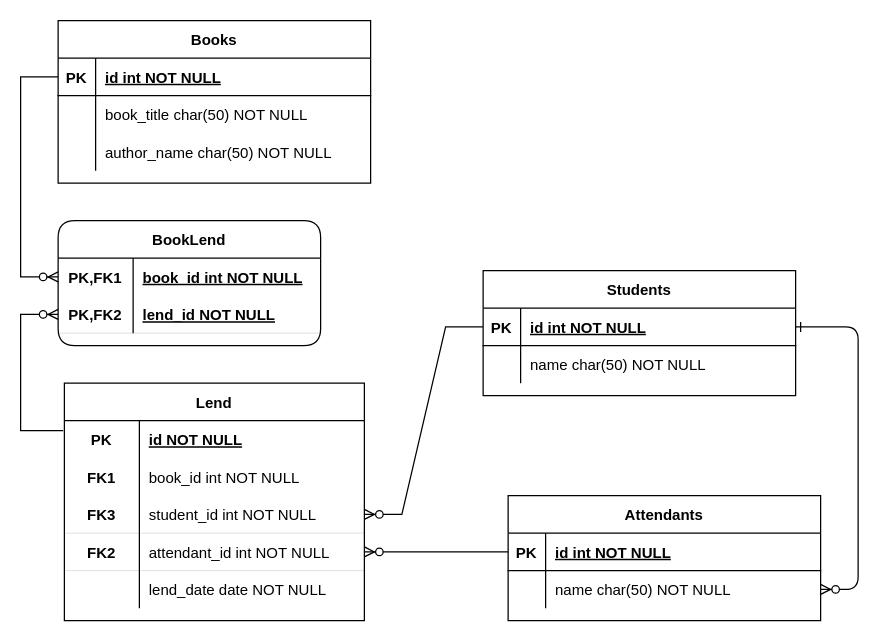
Before: erd/Book Lending Diagram.drawio in jhumer-apus/ERD, a draw.io diagram. Source tidied: cells renumbered, new cells numbered last; positions are measured from the earlier drawing's top-left corner, leaving out a move shared by most shapes. Both pictures are drawn from the tidied source at 125%, with x=0, y=0 at pixel (20, 20).
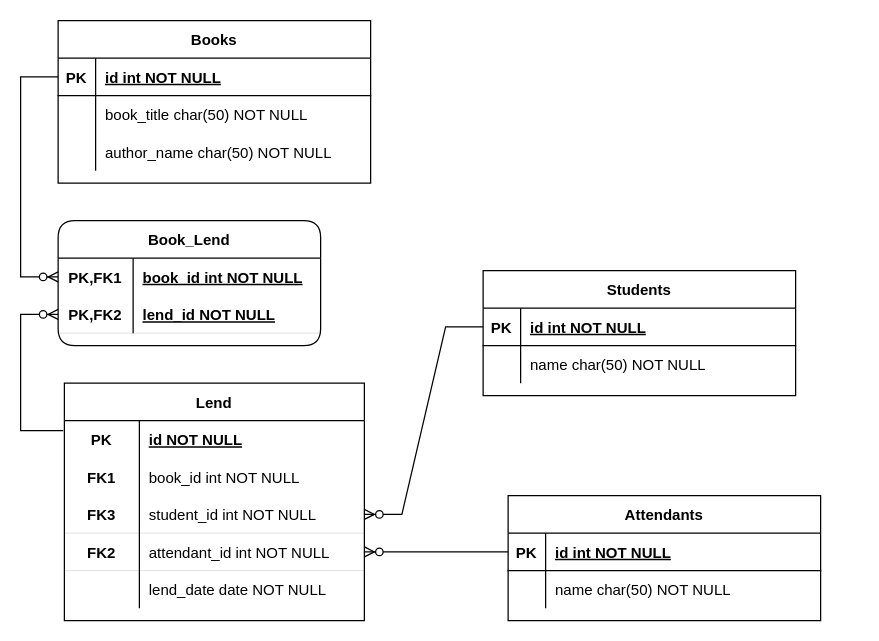
Above is the later version.

Unchanged cells that the change refers to:
```xml
<mxCell id="4" style="shape=partialRectangle;fillColor=none;points=[[0,0.5],[1,0.5]];portConstraint=eastwest;top=0;left=0;right=0;bottom=1;" parent="3" vertex="1">
  <mxGeometry y="30" width="250" height="30" as="geometry" />
</mxCell>
<mxCell id="14" style="shape=partialRectangle;fillColor=none;points=[[0,0.5],[1,0.5]];portConstraint=eastwest;top=0;left=0;right=0;bottom=0;" parent="10" vertex="1">
  <mxGeometry y="60" width="250" height="30" as="geometry" />
</mxCell>
```

Diff of the diagram source:
```diff
@@
-    <mxCell id="2" style="edgeStyle=entityRelationEdgeStyle;endArrow=ERzeroToMany;startArrow=ERone;endFill=1;startFill=0;" parent="1" edge="1" source="4" target="14">
-      <mxGeometry relative="1" as="geometry" />
-    </mxCell>
@@
-    <mxCell id="45" value="BookLend" style="shape=table;startSize=30;childLayout=tableLayout;rowLines=0;fontStyle=1;align=center;rounded=1;strokeWidth=1;" parent="1" vertex="1">
+    <mxCell id="45" value="Book_Lend" style="shape=table;startSize=30;childLayout=tableLayout;rowLines=0;fontStyle=1;align=center;rounded=1;strokeWidth=1;" parent="1" vertex="1">
       <mxGeometry x="30" y="160" width="210" height="100" as="geometry" />
     </mxCell>
```
